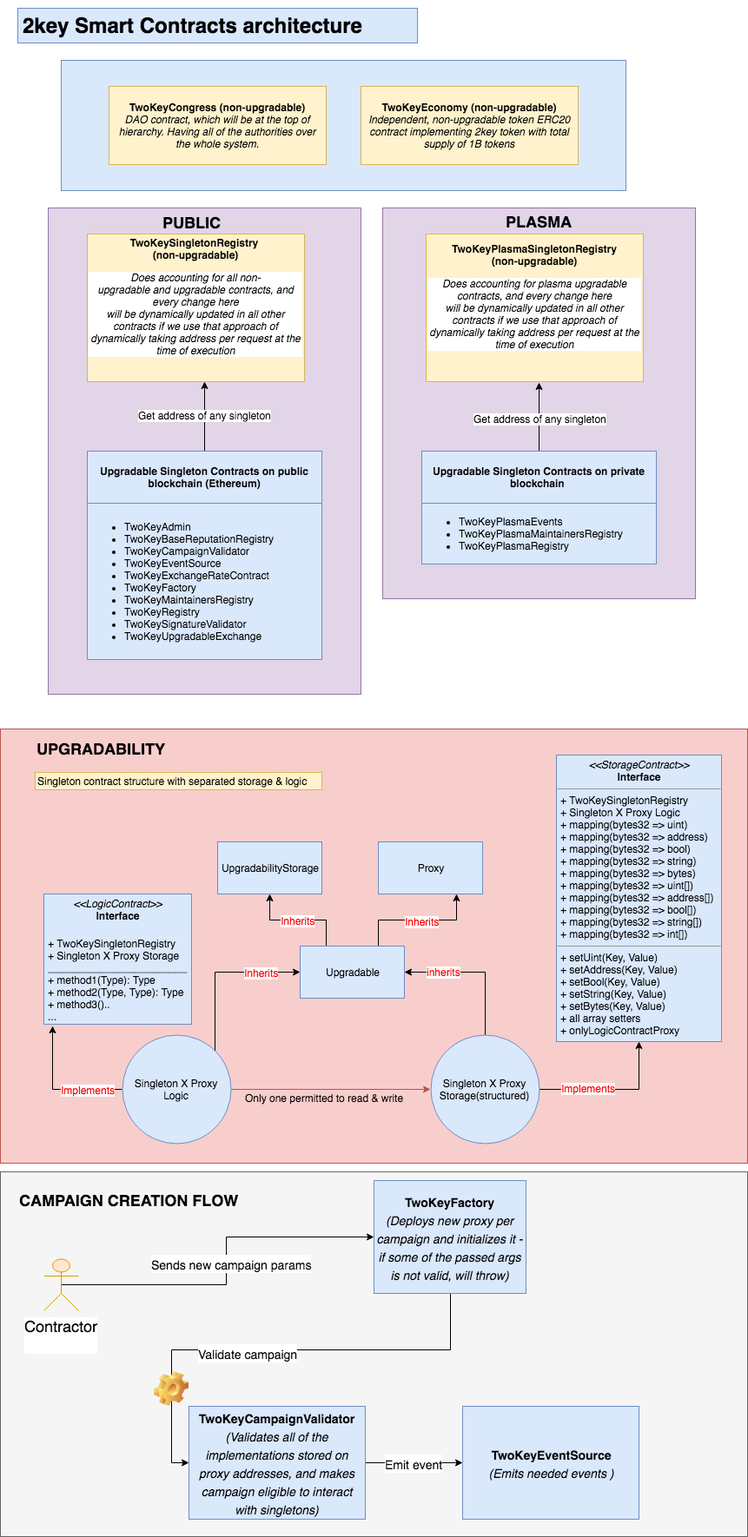
2key/contracts keeps this draw.io diagram as SC-architecture.png. Above is the earlier version. Source tidied: cells renumbered, new cells last; positions are measured from the earlier drawing's top-left corner, leaving out a move shared by most shapes.
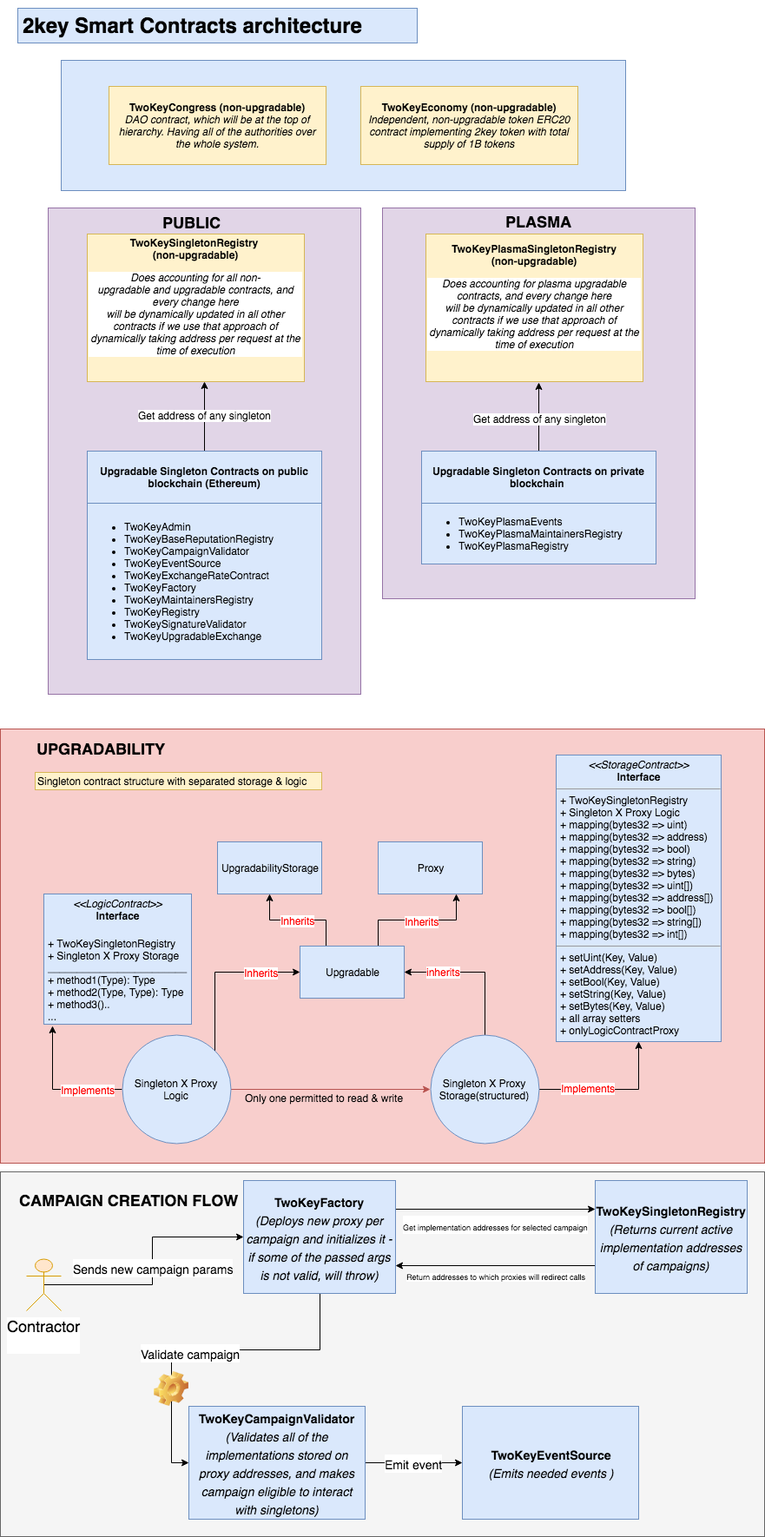
The same file after the commit.

Diff of the diagram source:
```diff
@@ -3,7 +3,7 @@
     <mxCell id="0" />
     <mxCell id="1" parent="0" />
     <mxCell id="2" style="rounded=0;whiteSpace=wrap;html=1;strokeColor=#666666;fillColor=#f5f5f5;fontSize=18;fontColor=#333333;" parent="1" vertex="1">
-      <mxGeometry y="1340" width="860" height="420" as="geometry" />
+      <mxGeometry y="1340" width="880" height="420" as="geometry" />
     </mxCell>
     <mxCell id="3" style="rounded=0;whiteSpace=wrap;html=1;strokeColor=#9673a6;fillColor=#e1d5e7;" parent="1" vertex="1">
       <mxGeometry x="55" y="230" width="360" height="560" as="geometry" />
@@ -61,7 +61,7 @@
       <mxGeometry x="490" y="260" width="250" height="170" as="geometry" />
     </mxCell>
     <mxCell id="19" style="rounded=0;whiteSpace=wrap;html=1;fillColor=#f8cecc;strokeColor=#b85450;" parent="1" vertex="1">
-      <mxGeometry y="830" width="860" height="500" as="geometry" />
+      <mxGeometry y="830" width="880" height="500" as="geometry" />
     </mxCell>
     <mxCell id="20" style="edgeStyle=orthogonalEdgeStyle;rounded=0;jettySize=auto;html=1;exitX=1;exitY=0.5;exitDx=0;exitDy=0;fillColor=#f8cecc;strokeColor=#b85450;" parent="1" edge="1" source="25" target="32">
       <mxGeometry relative="1" as="geometry" />
@@ -158,11 +158,11 @@
     </mxCell>
     <mxCell id="47" value="&lt;font style=&quot;font-size: 14px&quot;&gt;Sends new campaign params&lt;/font&gt;" style="text;html=1;align=center;verticalAlign=middle;labelBackgroundColor=#ffffff;fontSize=18;" parent="46" vertex="1">
       <mxGeometry x="0.03" y="-1" relative="1" as="geometry">
-        <mxPoint x="4.5" y="-1" as="offset" />
+        <mxPoint x="-1" y="2" as="offset" />
       </mxGeometry>
     </mxCell>
     <mxCell id="48" value="Contractor&lt;br&gt;&lt;br&gt;" style="shape=umlActor;verticalLabelPosition=bottom;labelBackgroundColor=#ffffff;verticalAlign=top;html=1;outlineConnect=0;strokeColor=#d79b00;fillColor=#ffe6cc;fontSize=18;" parent="1" vertex="1">
-      <mxGeometry x="50" y="1440" width="40" height="60" as="geometry" />
+      <mxGeometry x="30" y="1440" width="40" height="60" as="geometry" />
     </mxCell>
     <mxCell id="49" style="edgeStyle=orthogonalEdgeStyle;rounded=0;jettySize=auto;html=1;exitX=0.5;exitY=1;exitDx=0;exitDy=0;entryX=0;entryY=0.5;entryDx=0;entryDy=0;fontSize=18;" parent="1" edge="1" source="51" target="53">
       <mxGeometry relative="1" as="geometry" />
@@ -170,8 +170,11 @@
     <mxCell id="50" value="&lt;font style=&quot;font-size: 14px&quot;&gt;Validate campaign&lt;/font&gt;" style="text;html=1;align=center;verticalAlign=middle;labelBackgroundColor=#ffffff;fontSize=18;" parent="49" vertex="1">
       <mxGeometry x="0.11" y="3" relative="1" as="geometry" />
     </mxCell>
+    <mxCell id="57" value="&lt;font style=&quot;font-size: 9px&quot;&gt;Get implementation addresses for selected campaign&lt;/font&gt;" style="edgeStyle=orthogonalEdgeStyle;rounded=0;jettySize=auto;html=1;exitX=1;exitY=0.25;exitDx=0;exitDy=0;entryX=0;entryY=0.25;entryDx=0;entryDy=0;fontSize=18;" parent="1" edge="1" source="51" target="60">
+      <mxGeometry y="-17" relative="1" as="geometry" />
+    </mxCell>
     <mxCell id="51" value="&lt;font style=&quot;font-size: 14px&quot;&gt;&lt;b&gt;TwoKeyFactory&lt;br&gt;&lt;/b&gt;&lt;/font&gt;&lt;font style=&quot;font-size: 14px&quot;&gt;&lt;i&gt;(Deploys new proxy per campaign and initializes it - if some of the passed args is not valid, will throw)&lt;/i&gt;&lt;/font&gt;&lt;br&gt;" style="rounded=0;whiteSpace=wrap;html=1;strokeColor=#6c8ebf;fillColor=#dae8fc;fontSize=18;" parent="1" vertex="1">
-      <mxGeometry x="430" y="1350" width="175" height="130" as="geometry" />
+      <mxGeometry x="280" y="1350" width="175" height="130" as="geometry" />
     </mxCell>
     <mxCell id="52" value="&lt;font style=&quot;font-size: 14px&quot;&gt;Emit event&lt;/font&gt;" style="edgeStyle=orthogonalEdgeStyle;rounded=0;jettySize=auto;html=1;exitX=1;exitY=0.5;exitDx=0;exitDy=0;entryX=0;entryY=0.5;entryDx=0;entryDy=0;fontSize=18;" parent="1" edge="1" source="53" target="54">
       <mxGeometry relative="1" as="geometry">
@@ -193,5 +196,16 @@
     <mxCell id="56" value="&lt;b&gt;CAMPAIGN CREATION FLOW&lt;/b&gt;" style="text;html=1;align=left;verticalAlign=top;spacingTop=-4;fontSize=18;" parent="1" vertex="1">
       <mxGeometry x="20" y="1360" width="270" height="20" as="geometry" />
     </mxCell>
+    <mxCell id="58" style="edgeStyle=orthogonalEdgeStyle;rounded=0;jettySize=auto;html=1;exitX=0;exitY=0.75;exitDx=0;exitDy=0;entryX=1;entryY=0.75;entryDx=0;entryDy=0;fontSize=18;" parent="1" edge="1" source="60" target="51">
+      <mxGeometry relative="1" as="geometry" />
+    </mxCell>
+    <mxCell id="59" value="Return addresses to which proxies will redirect calls" style="text;html=1;align=center;verticalAlign=middle;labelBackgroundColor=#ffffff;fontSize=9;" parent="58" vertex="1">
+      <mxGeometry x="0.3" relative="1" as="geometry">
+        <mxPoint x="35" y="12" as="offset" />
+      </mxGeometry>
+    </mxCell>
+    <mxCell id="60" value="&lt;font style=&quot;font-size: 14px&quot;&gt;&lt;b&gt;TwoKeySingletonRegistry&lt;br&gt;&lt;/b&gt;&lt;/font&gt;&lt;font style=&quot;font-size: 14px&quot;&gt;&lt;i&gt;(Returns current active implementation addresses of campaigns)&lt;/i&gt;&lt;/font&gt;&lt;br&gt;" style="rounded=0;whiteSpace=wrap;html=1;strokeColor=#6c8ebf;fillColor=#dae8fc;fontSize=18;" parent="1" vertex="1">
+      <mxGeometry x="685" y="1350" width="175" height="130" as="geometry" />
+    </mxCell>
   </root>
 </mxGraphModel>
```
